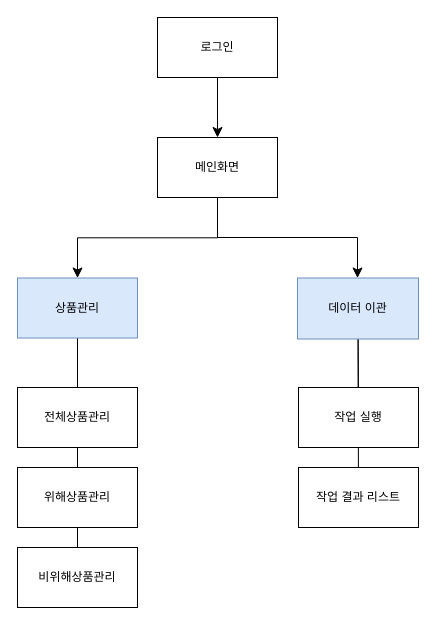
This is [위해상품 관리 시스템]_메뉴트리.drawio from SOOMINCHA/product_front, a draw.io file, before an edit. Source tidied: cells renumbered, new cells numbered last; positions are measured from the earlier drawing's top-left corner, leaving out a move shared by most shapes. Both pictures are drawn from the tidied source at 100%, with x=0, y=0 at pixel (17, 17).
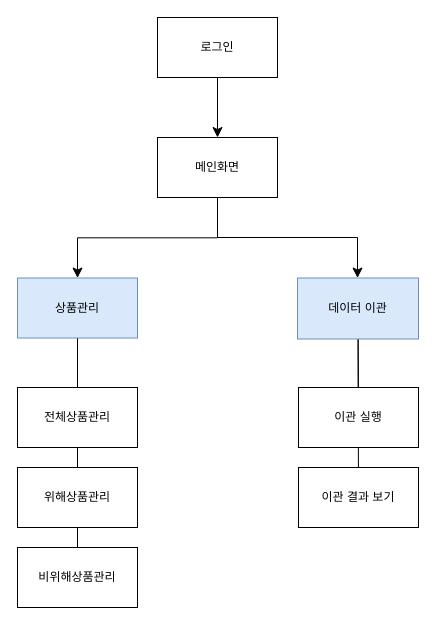
The same diagram, later.

Commit message:
[위해상품 관리 시스템]_메뉴트리.drawio 업데이트

Diff of the diagram source:
```diff
@@
-    <mxCell id="18" value="작업 결과 리스트" style="rounded=0;whiteSpace=wrap;html=1;" parent="1" vertex="1">
+    <mxCell id="18" value="이관 결과 보기" style="rounded=0;whiteSpace=wrap;html=1;" parent="1" vertex="1">
       <mxGeometry x="281" y="450" width="120" height="60" as="geometry" />
     </mxCell>
-    <mxCell id="19" value="작업 실행" style="rounded=0;whiteSpace=wrap;html=1;" parent="1" vertex="1">
+    <mxCell id="19" value="이관 실행" style="rounded=0;whiteSpace=wrap;html=1;" parent="1" vertex="1">
       <mxGeometry x="281" y="370" width="120" height="60" as="geometry" />
     </mxCell>
```
